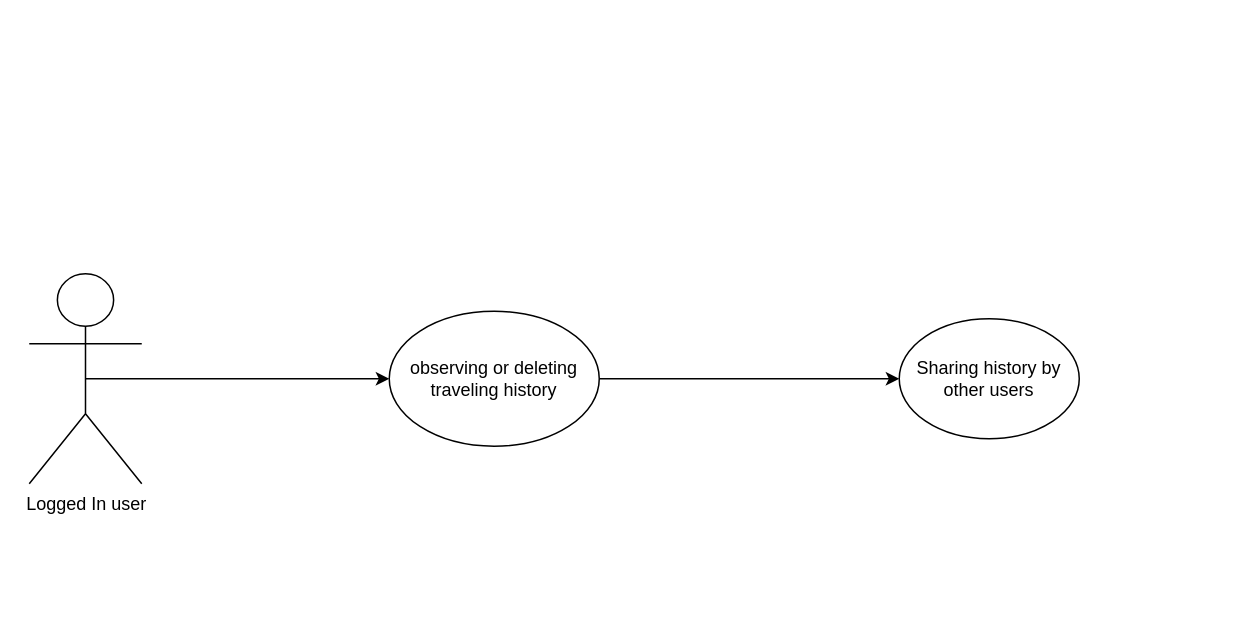
Above: Use-case/traveling-history.drawio in kargaranamir/Travelink (draw.io), before the change. Source tidied: cells renumbered, new cells numbered last; positions are measured from the earlier drawing's top-left corner, leaving out a move shared by most shapes. Both pictures are drawn from the tidied source at 150%, with x=0, y=0 at pixel (28, 273).
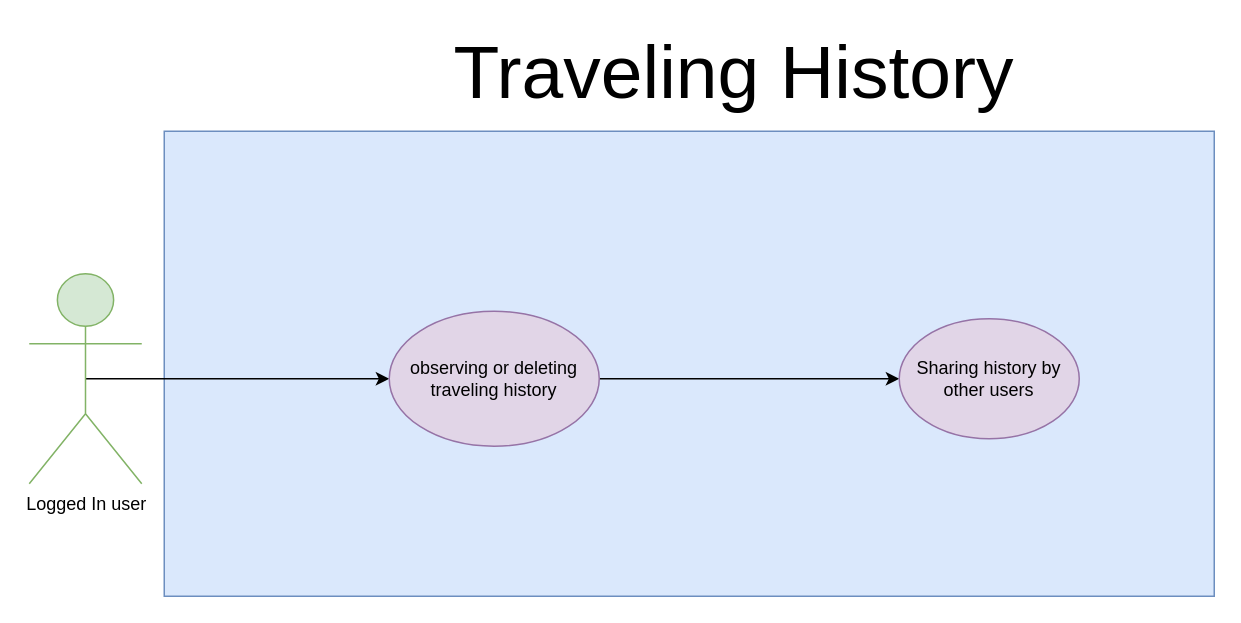
After the change.

The edit, as a diff of the source:
```diff
@@
 <mxGraphModel>
   <root>
     <mxCell id="0" />
     <mxCell id="1" parent="0" />
+    <mxCell id="7" value="&lt;font style=&quot;font-size: 50px&quot;&gt;Traveling History&lt;/font&gt;" style="text;html=1;strokeColor=none;fillColor=none;align=center;verticalAlign=middle;whiteSpace=wrap;rounded=0;" parent="1" vertex="1">
+      <mxGeometry x="240" y="-145" width="460" height="20" as="geometry" />
+    </mxCell>
+    <mxCell id="8" style="rounded=0;whiteSpace=wrap;html=1;fillColor=#dae8fc;strokeColor=#6c8ebf;" parent="1" vertex="1">
+      <mxGeometry x="90" y="-95" width="700" height="310" as="geometry" />
+    </mxCell>
     <mxCell id="2" style="edgeStyle=orthogonalEdgeStyle;rounded=0;jettySize=auto;html=1;exitX=0.5;exitY=0.5;exitDx=0;exitDy=0;exitPerimeter=0;entryX=0;entryY=0.5;entryDx=0;entryDy=0;" parent="1" edge="1" source="3" target="5">
       <mxGeometry relative="1" as="geometry" />
     </mxCell>
-    <mxCell id="3" value="Logged In user" style="shape=umlActor;verticalLabelPosition=bottom;labelBackgroundColor=#ffffff;verticalAlign=top;html=1;outlineConnect=0;" parent="1" vertex="1">
+    <mxCell id="3" value="Logged In user" style="shape=umlActor;verticalLabelPosition=bottom;labelBackgroundColor=#ffffff;verticalAlign=top;html=1;outlineConnect=0;fillColor=#d5e8d4;strokeColor=#82b366;" parent="1" vertex="1">
       <mxGeometry width="75" height="140" as="geometry" />
     </mxCell>
     <mxCell id="4" style="edgeStyle=orthogonalEdgeStyle;rounded=0;jettySize=auto;html=1;exitX=1;exitY=0.5;exitDx=0;exitDy=0;entryX=0;entryY=0.5;entryDx=0;entryDy=0;" parent="1" edge="1" source="5" target="6">
       <mxGeometry relative="1" as="geometry" />
     </mxCell>
-    <mxCell id="5" value="observing or deleting traveling history" style="ellipse;whiteSpace=wrap;html=1;" parent="1" vertex="1">
+    <mxCell id="5" value="observing or deleting traveling history" style="ellipse;whiteSpace=wrap;html=1;fillColor=#e1d5e7;strokeColor=#9673a6;" parent="1" vertex="1">
       <mxGeometry x="240" y="25" width="140" height="90" as="geometry" />
     </mxCell>
-    <mxCell id="6" value="Sharing history by other users" style="ellipse;whiteSpace=wrap;html=1;" parent="1" vertex="1">
+    <mxCell id="6" value="Sharing history by other users" style="ellipse;whiteSpace=wrap;html=1;fillColor=#e1d5e7;strokeColor=#9673a6;" parent="1" vertex="1">
       <mxGeometry x="580" y="30" width="120" height="80" as="geometry" />
     </mxCell>
   </root>
 </mxGraphModel>
```
